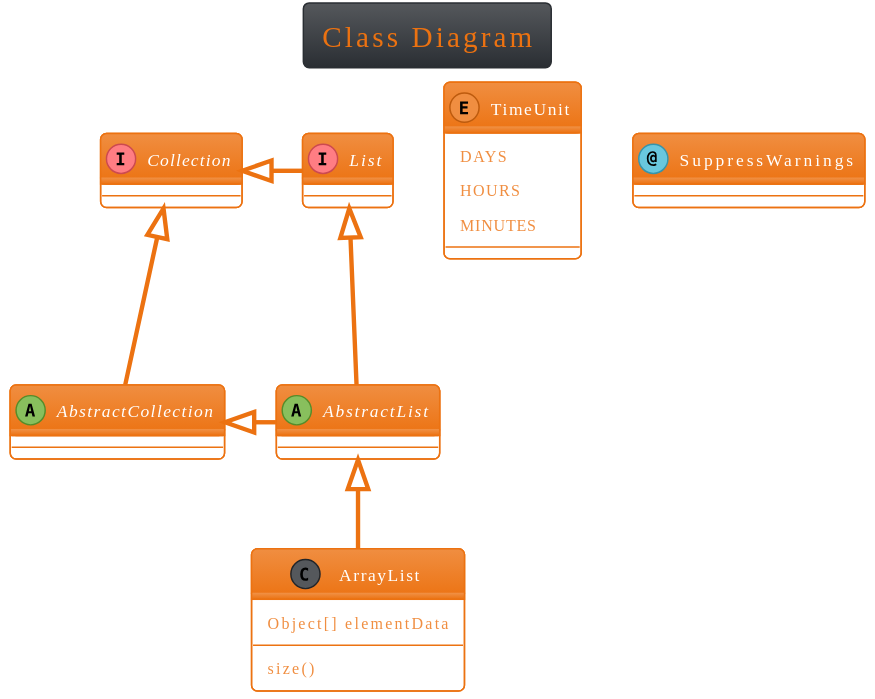
Earlier version of the PlantUML export themes/aws-orange/class-ex.svg (bschwarz/puml-themes).
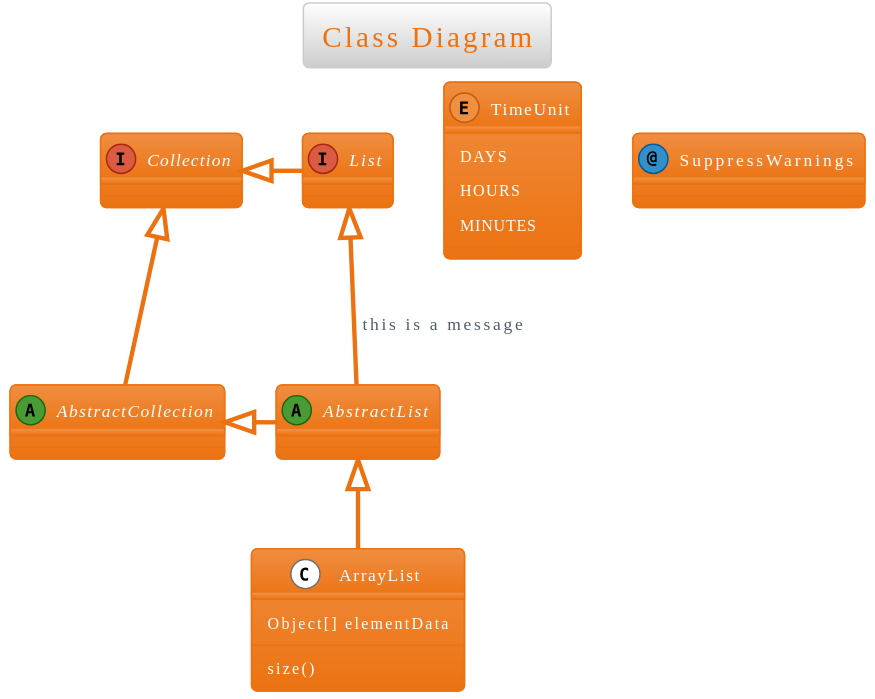
After the change.

The edit, as a diff of the source:
```diff
@@ -1,12 +1,13 @@
 @startuml
 !$PUML_THEME = "aws-orange"
-!$PUML_MODE = "dark"
-!$PUML_OUTLINE = "true"
 !if %not(%variable_exists("$BGCOLOR"))
 !$BGCOLOR = "transparent"
 !endif
 !if %not(%variable_exists("$PUML_MODE"))
 !$PUML_MODE = "light"
+!endif
+!if %not(%variable_exists("$PUML_OUTLINE"))
+!$PUML_OUTLINE = "false"
 !endif
 skinparam BackgroundColor $BGCOLOR
 skinparam useBetaStyle false
```
